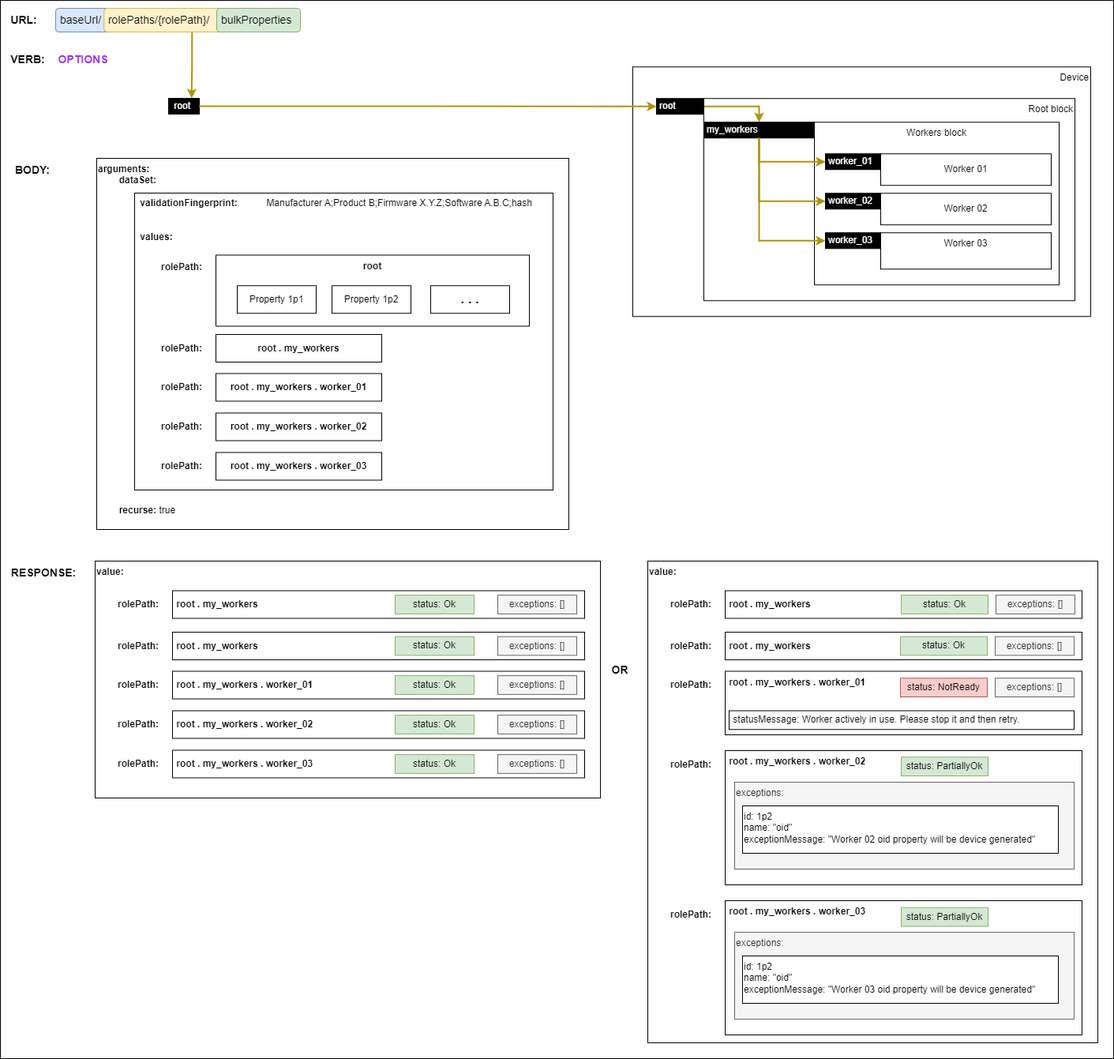
The draw.io diagram docs/images/validating-full-backup.png in AMWA-TV/is-device-configuration, before a commit. Source tidied: cells renumbered, new cells last; positions are measured from the earlier drawing's top-left corner, leaving out a move shared by most shapes.
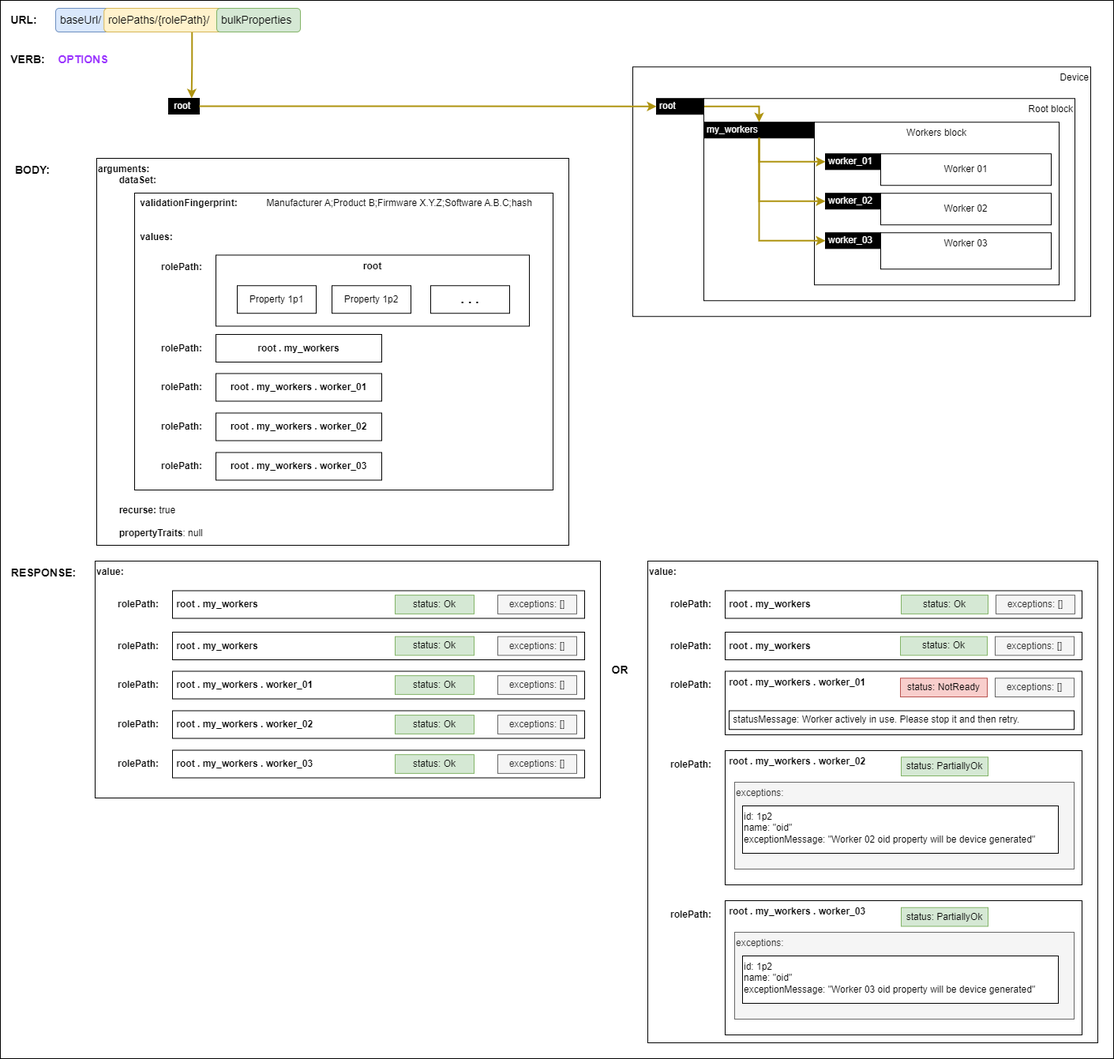
After the commit.

Diff of the diagram source:
```diff
@@ -5,8 +5,8 @@
     <mxCell id="2" style="rounded=0;whiteSpace=wrap;html=1;" parent="1" vertex="1">
       <mxGeometry width="1410" height="1340" as="geometry" />
     </mxCell>
-    <mxCell id="3" value="&lt;div&gt;&lt;b&gt;arguments:&lt;/b&gt;&lt;/div&gt;&lt;div&gt;&lt;b&gt;&lt;span style=&quot;white-space: pre;&quot;&gt;&#9;&lt;/span&gt;dataSet:&lt;br&gt;&lt;/b&gt;&lt;/div&gt;&lt;div&gt;&lt;br&gt;&lt;/div&gt;&lt;div&gt;&lt;b&gt;&lt;span style=&quot;white-space: pre;&quot;&gt;&lt;span style=&quot;white-space: pre;&quot;&gt;&#9;&lt;/span&gt;&#9;&lt;/span&gt;validationFingerprint:&lt;/b&gt; &lt;span style=&quot;white-space: pre;&quot;&gt;&#9;&lt;/span&gt;&lt;span style=&quot;white-space: pre;&quot;&gt;&#9;&lt;/span&gt;Manufacturer A;Product B;Firmware X.Y.Z;Software A.B.C;hash&lt;br&gt;&lt;/div&gt;&lt;div&gt;&lt;br&gt;&lt;/div&gt;&lt;div&gt;&lt;br&gt;&lt;/div&gt;&lt;b&gt;&lt;span style=&quot;white-space: pre;&quot;&gt;&#9;&lt;span style=&quot;white-space: pre;&quot;&gt;&#9;&lt;/span&gt;&lt;/span&gt;values:&lt;/b&gt;&lt;div&gt;&lt;b&gt;&lt;br&gt;&lt;/b&gt;&lt;/div&gt;&lt;div&gt;&lt;b&gt;&lt;br&gt;&lt;/b&gt;&lt;/div&gt;&lt;div&gt;&lt;b&gt;&lt;br&gt;&lt;/b&gt;&lt;/div&gt;&lt;div&gt;&lt;b&gt;&lt;br&gt;&lt;/b&gt;&lt;/div&gt;&lt;div&gt;&lt;b&gt;&lt;br&gt;&lt;/b&gt;&lt;/div&gt;&lt;div&gt;&lt;b&gt;&lt;br&gt;&lt;/b&gt;&lt;/div&gt;&lt;div&gt;&lt;b&gt;&lt;br&gt;&lt;/b&gt;&lt;/div&gt;&lt;div&gt;&lt;b&gt;&lt;br&gt;&lt;/b&gt;&lt;/div&gt;&lt;div&gt;&lt;b&gt;&lt;br&gt;&lt;/b&gt;&lt;/div&gt;&lt;div&gt;&lt;b&gt;&lt;br&gt;&lt;/b&gt;&lt;/div&gt;&lt;div&gt;&lt;b&gt;&lt;br&gt;&lt;/b&gt;&lt;/div&gt;&lt;div&gt;&lt;b&gt;&lt;br&gt;&lt;/b&gt;&lt;/div&gt;&lt;div&gt;&lt;b&gt;&lt;br&gt;&lt;/b&gt;&lt;/div&gt;&lt;div&gt;&lt;b&gt;&lt;br&gt;&lt;/b&gt;&lt;/div&gt;&lt;div&gt;&lt;b&gt;&lt;br&gt;&lt;/b&gt;&lt;/div&gt;&lt;div&gt;&lt;b&gt;&lt;br&gt;&lt;/b&gt;&lt;/div&gt;&lt;div&gt;&lt;b&gt;&lt;br&gt;&lt;/b&gt;&lt;/div&gt;&lt;div&gt;&lt;b&gt;&lt;br&gt;&lt;/b&gt;&lt;/div&gt;&lt;div&gt;&lt;b&gt;&lt;br&gt;&lt;/b&gt;&lt;/div&gt;&lt;div&gt;&lt;b&gt;&lt;br&gt;&lt;/b&gt;&lt;/div&gt;&lt;div&gt;&lt;b&gt;&lt;br&gt;&lt;/b&gt;&lt;/div&gt;&lt;div&gt;&lt;b&gt;&lt;br&gt;&lt;/b&gt;&lt;/div&gt;&lt;div&gt;&lt;b&gt;&lt;br&gt;&lt;/b&gt;&lt;/div&gt;&lt;div&gt;&lt;b&gt;&lt;span style=&quot;white-space: pre;&quot;&gt;&#9;&lt;/span&gt;recurse:&lt;/b&gt; true&lt;br&gt;&lt;/div&gt;" style="rounded=0;whiteSpace=wrap;html=1;align=left;verticalAlign=top;" parent="1" vertex="1">
-      <mxGeometry x="122" y="200" width="598" height="470" as="geometry" />
+    <mxCell id="3" value="&lt;div&gt;&lt;b&gt;arguments:&lt;/b&gt;&lt;/div&gt;&lt;div&gt;&lt;b&gt;&lt;span style=&quot;white-space: pre;&quot;&gt;&#9;&lt;/span&gt;dataSet:&lt;br&gt;&lt;/b&gt;&lt;/div&gt;&lt;div&gt;&lt;br&gt;&lt;/div&gt;&lt;div&gt;&lt;b&gt;&lt;span style=&quot;white-space: pre;&quot;&gt;&lt;span style=&quot;white-space: pre;&quot;&gt;&#9;&lt;/span&gt;&#9;&lt;/span&gt;validationFingerprint:&lt;/b&gt; &lt;span style=&quot;white-space: pre;&quot;&gt;&#9;&lt;/span&gt;&lt;span style=&quot;white-space: pre;&quot;&gt;&#9;&lt;/span&gt;Manufacturer A;Product B;Firmware X.Y.Z;Software A.B.C;hash&lt;br&gt;&lt;/div&gt;&lt;div&gt;&lt;br&gt;&lt;/div&gt;&lt;div&gt;&lt;br&gt;&lt;/div&gt;&lt;b&gt;&lt;span style=&quot;white-space: pre;&quot;&gt;&#9;&lt;span style=&quot;white-space: pre;&quot;&gt;&#9;&lt;/span&gt;&lt;/span&gt;values:&lt;/b&gt;&lt;div&gt;&lt;b&gt;&lt;br&gt;&lt;/b&gt;&lt;/div&gt;&lt;div&gt;&lt;b&gt;&lt;br&gt;&lt;/b&gt;&lt;/div&gt;&lt;div&gt;&lt;b&gt;&lt;br&gt;&lt;/b&gt;&lt;/div&gt;&lt;div&gt;&lt;b&gt;&lt;br&gt;&lt;/b&gt;&lt;/div&gt;&lt;div&gt;&lt;b&gt;&lt;br&gt;&lt;/b&gt;&lt;/div&gt;&lt;div&gt;&lt;b&gt;&lt;br&gt;&lt;/b&gt;&lt;/div&gt;&lt;div&gt;&lt;b&gt;&lt;br&gt;&lt;/b&gt;&lt;/div&gt;&lt;div&gt;&lt;b&gt;&lt;br&gt;&lt;/b&gt;&lt;/div&gt;&lt;div&gt;&lt;b&gt;&lt;br&gt;&lt;/b&gt;&lt;/div&gt;&lt;div&gt;&lt;b&gt;&lt;br&gt;&lt;/b&gt;&lt;/div&gt;&lt;div&gt;&lt;b&gt;&lt;br&gt;&lt;/b&gt;&lt;/div&gt;&lt;div&gt;&lt;b&gt;&lt;br&gt;&lt;/b&gt;&lt;/div&gt;&lt;div&gt;&lt;b&gt;&lt;br&gt;&lt;/b&gt;&lt;/div&gt;&lt;div&gt;&lt;b&gt;&lt;br&gt;&lt;/b&gt;&lt;/div&gt;&lt;div&gt;&lt;b&gt;&lt;br&gt;&lt;/b&gt;&lt;/div&gt;&lt;div&gt;&lt;b&gt;&lt;br&gt;&lt;/b&gt;&lt;/div&gt;&lt;div&gt;&lt;b&gt;&lt;br&gt;&lt;/b&gt;&lt;/div&gt;&lt;div&gt;&lt;b&gt;&lt;br&gt;&lt;/b&gt;&lt;/div&gt;&lt;div&gt;&lt;b&gt;&lt;br&gt;&lt;/b&gt;&lt;/div&gt;&lt;div&gt;&lt;b&gt;&lt;br&gt;&lt;/b&gt;&lt;/div&gt;&lt;div&gt;&lt;b&gt;&lt;br&gt;&lt;/b&gt;&lt;/div&gt;&lt;div&gt;&lt;b&gt;&lt;br&gt;&lt;/b&gt;&lt;/div&gt;&lt;div&gt;&lt;b&gt;&lt;br&gt;&lt;/b&gt;&lt;/div&gt;&lt;div&gt;&lt;b&gt;&lt;span style=&quot;white-space: pre;&quot;&gt;&#9;&lt;/span&gt;recurse:&lt;/b&gt; true&lt;br&gt;&lt;/div&gt;&lt;div&gt;&lt;br&gt;&lt;/div&gt;&lt;div&gt;&lt;span style=&quot;white-space: pre;&quot;&gt;&#9;&lt;/span&gt;&lt;b&gt;propertyTraits&lt;/b&gt;: null&lt;br&gt;&lt;/div&gt;" style="rounded=0;whiteSpace=wrap;html=1;align=left;verticalAlign=top;" parent="1" vertex="1">
+      <mxGeometry x="122" y="200" width="598" height="490" as="geometry" />
     </mxCell>
     <mxCell id="4" style="rounded=0;whiteSpace=wrap;html=1;fillColor=none;" parent="1" vertex="1">
       <mxGeometry x="170" y="244" width="530" height="376" as="geometry" />
```
